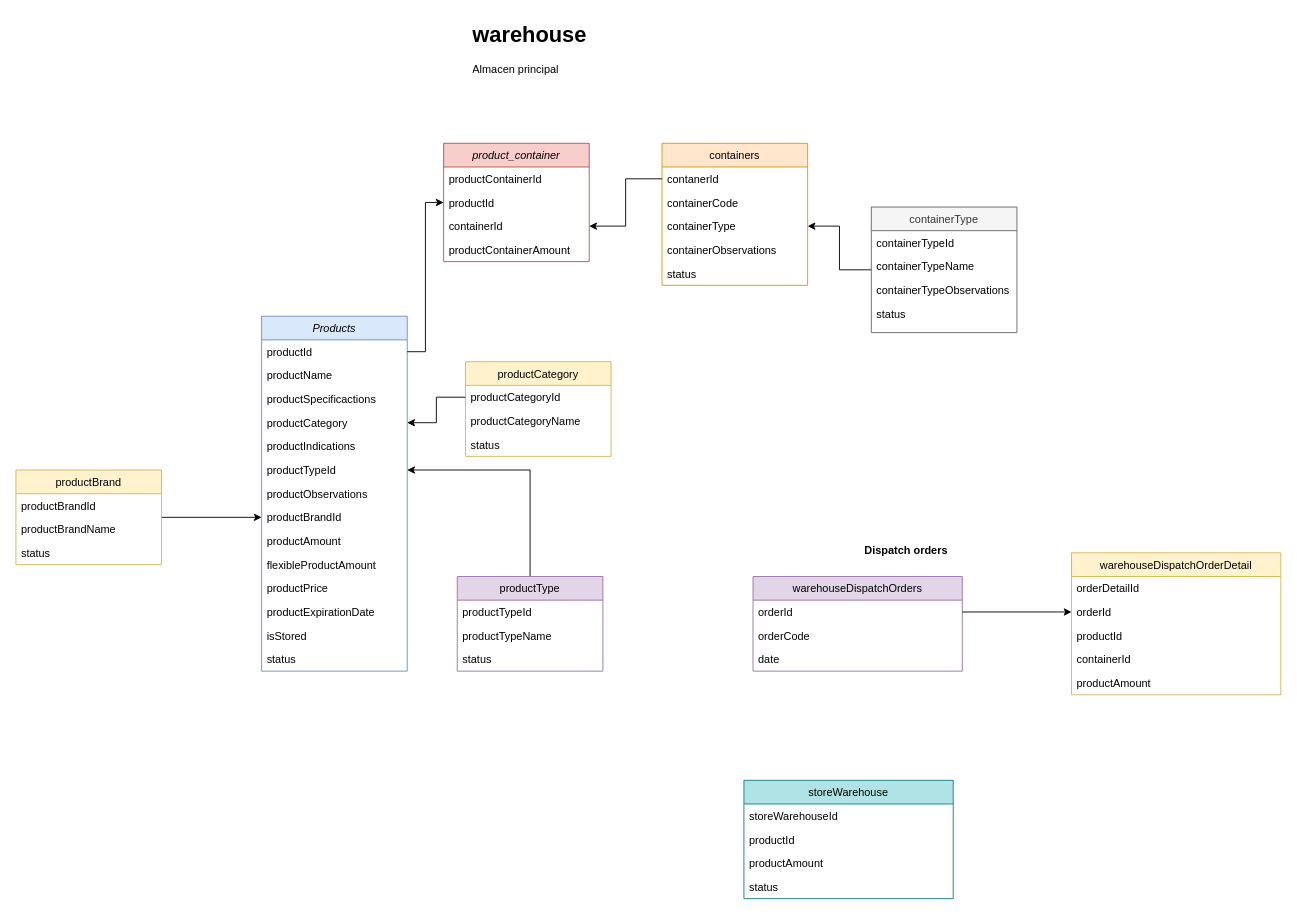
Before: pharmacy.drawio in CarlosMayo1/pharmacy, a draw.io diagram. Source tidied: cells renumbered, new cells numbered last; positions are measured from the earlier drawing's top-left corner, leaving out a move shared by most shapes. Both pictures are drawn from the tidied source at 91%, with x=0, y=0 at pixel (15, 15).
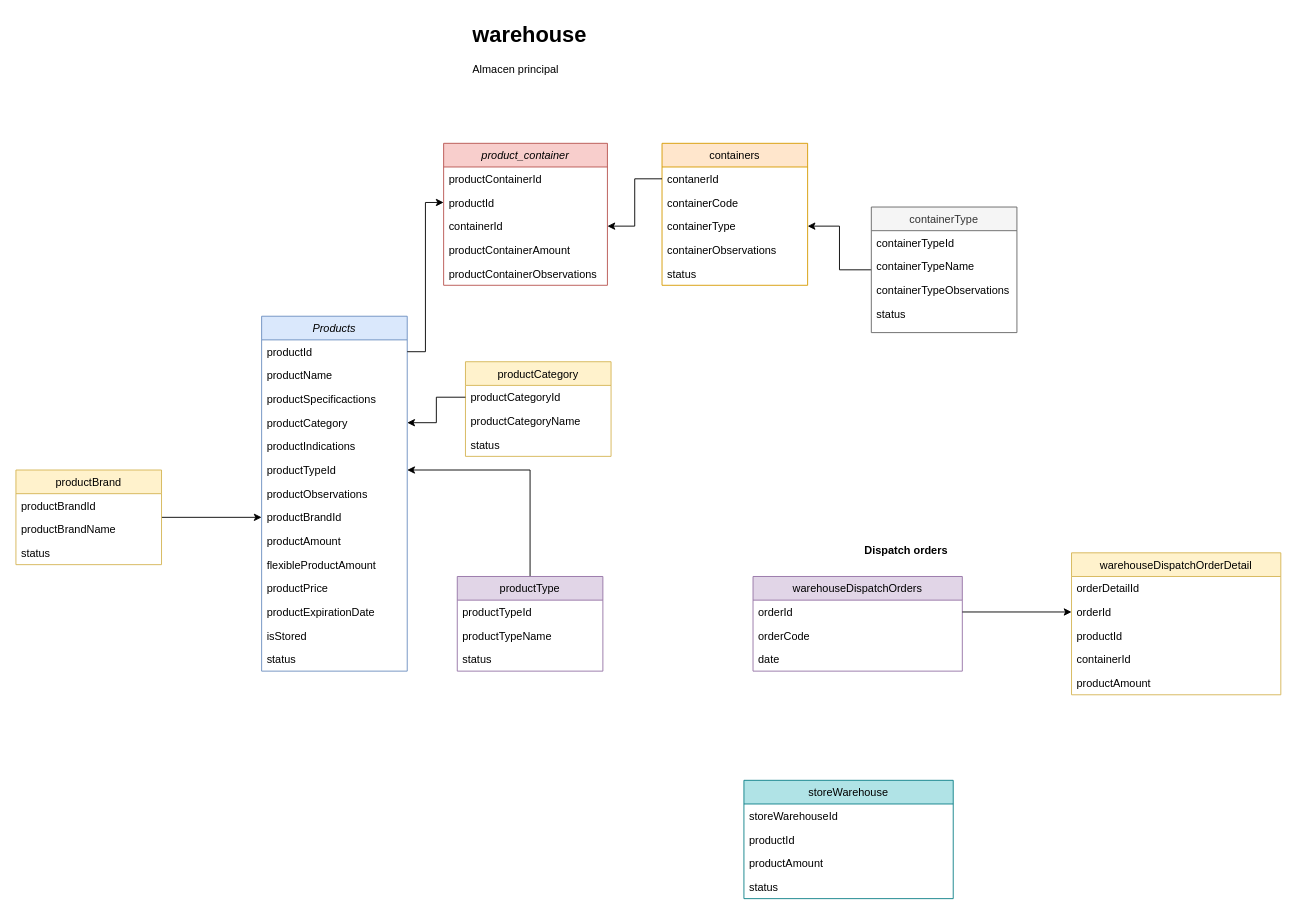
The same page after the edit.

Change to the diagram source:
```diff
@@
     <mxCell id="34" value="product_container" style="swimlane;fontStyle=2;align=center;verticalAlign=top;horizontal=1;startSize=26;rounded=0;shadow=0;strokeWidth=1;fillColor=#f8cecc;strokeColor=#b85450;" parent="1" vertex="1">
-      <mxGeometry x="470" y="140" width="160" height="130" as="geometry" />
+      <mxGeometry x="470" y="140" width="180" height="156" as="geometry" />
     </mxCell>
     <mxCell id="35" value="productContainerId" style="text;align=left;verticalAlign=top;spacingLeft=4;spacingRight=4;overflow=hidden;" parent="34" vertex="1">
-      <mxGeometry y="26" width="160" height="26" as="geometry" />
+      <mxGeometry y="26" width="180" height="26" as="geometry" />
     </mxCell>
     <mxCell id="36" value="productId" style="text;align=left;verticalAlign=top;spacingLeft=4;spacingRight=4;overflow=hidden;points=[[0,0.5],[1,0.5]];portConstraint=eastwest;" parent="34" vertex="1">
-      <mxGeometry y="52" width="160" height="26" as="geometry" />
+      <mxGeometry y="52" width="180" height="26" as="geometry" />
     </mxCell>
     <mxCell id="37" value="containerId" style="text;align=left;verticalAlign=top;spacingLeft=4;spacingRight=4;overflow=hidden;points=[[0,0.5],[1,0.5]];portConstraint=eastwest;rounded=0;shadow=0;html=0;" parent="34" vertex="1">
-      <mxGeometry y="78" width="160" height="26" as="geometry" />
+      <mxGeometry y="78" width="180" height="26" as="geometry" />
     </mxCell>
     <mxCell id="38" value="productContainerAmount" style="text;align=left;verticalAlign=top;spacingLeft=4;spacingRight=4;overflow=hidden;rounded=0;shadow=0;html=0;" parent="34" vertex="1">
-      <mxGeometry y="104" width="160" height="26" as="geometry" />
+      <mxGeometry y="104" width="180" height="26" as="geometry" />
     </mxCell>
+    <mxCell id="69" value="productContainerObservations" style="text;align=left;verticalAlign=top;spacingLeft=4;spacingRight=4;overflow=hidden;rounded=0;shadow=0;html=0;" parent="34" vertex="1">
+      <mxGeometry y="130" width="180" height="26" as="geometry" />
+    </mxCell>
```
